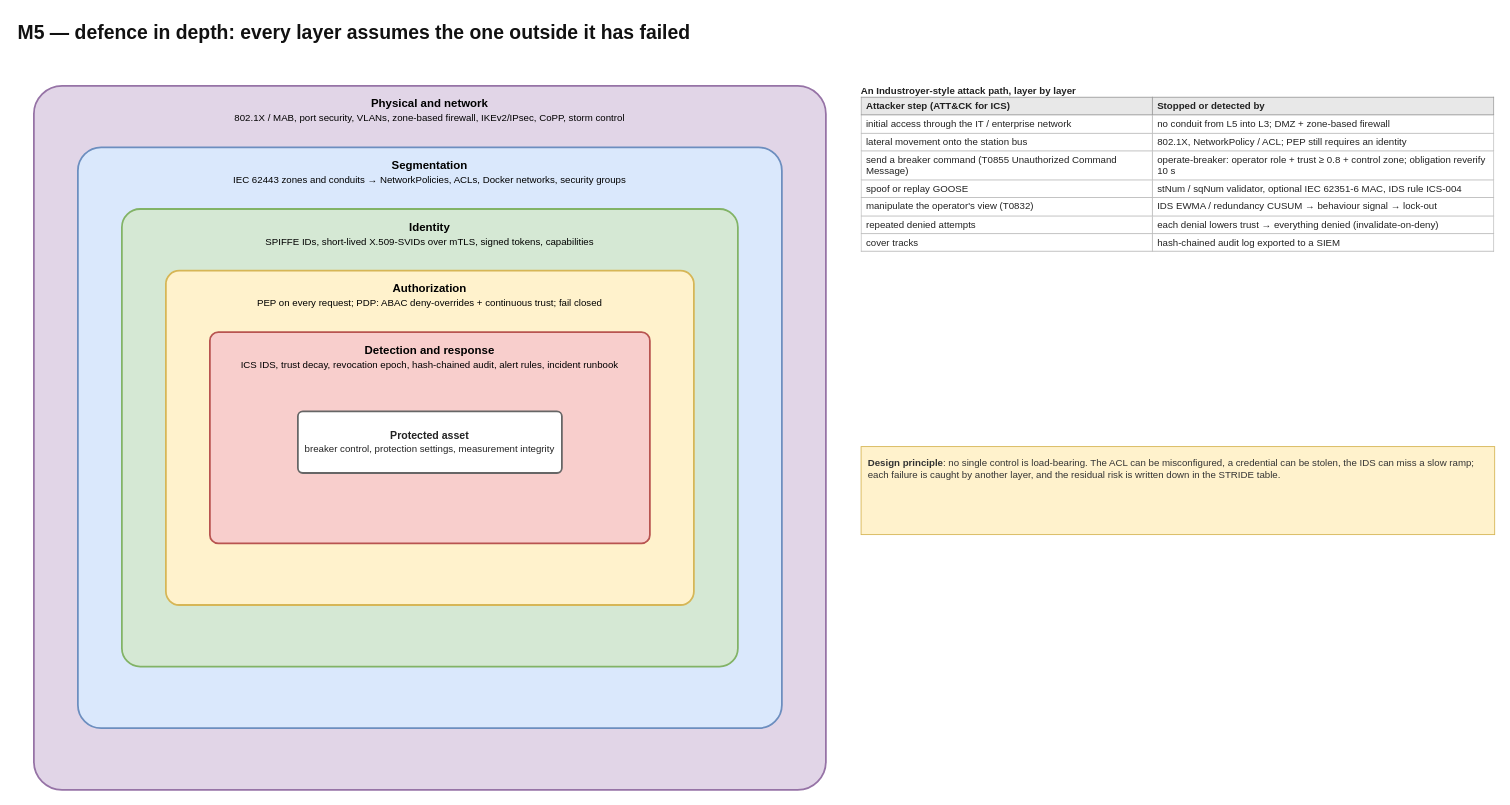
This is page "Defence in depth" (2 of 2) of Docs/diagrams/11-m5-threat-model.drawio from philipfleischer/zero-trust-continuum, a draw.io file, before an edit. Source tidied: cells renumbered, new cells numbered last; positions are measured from the earlier drawing's top-left corner, leaving out a move shared by most shapes. Both pictures are drawn from the tidied source at 88%, with x=0, y=0 at pixel (16, 15).
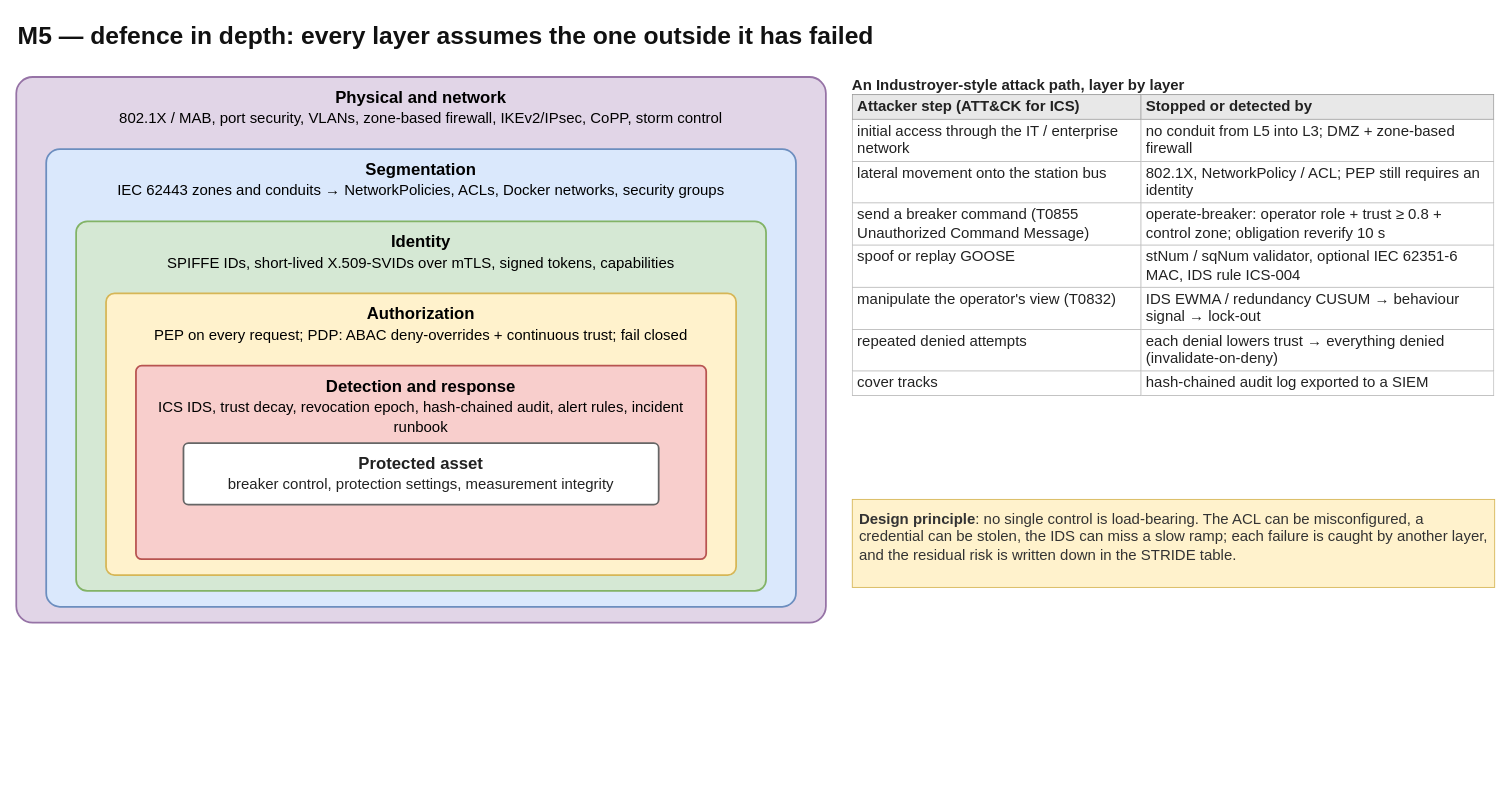
The same page after the edit.

The edit, as a diff of the source:
```diff
@@
 <mxGraphModel background="#FFFFFF">
   <root>
     <mxCell id="0" />
     <mxCell id="1" parent="0" />
-    <mxCell id="2" value="M5 — defence in depth: every layer assumes the one outside it has failed" style="whiteSpace=wrap;html=1;fontFamily=Helvetica;text;align=left;verticalAlign=top;fontSize=22;fontStyle=1;fontColor=#111111;" parent="1" vertex="1">
+    <mxCell id="2" value="M5 — defence in depth: every layer assumes the one outside it has failed" style="whiteSpace=wrap;html=1;fontFamily=Helvetica;text;align=left;verticalAlign=top;fontSize=28;fontStyle=1;fontColor=#111111;" parent="1" vertex="1">
       <mxGeometry width="1600" height="32" as="geometry" />
     </mxCell>
-    <mxCell id="3" value="&lt;b&gt;Physical and network&lt;/b&gt;&lt;br&gt;&lt;span style=&quot;font-size:11px&quot;&gt;802.1X / MAB, port security, VLANs, zone-based firewall, IKEv2/IPsec, CoPP, storm control&lt;/span&gt;" style="whiteSpace=wrap;html=1;fontFamily=Helvetica;rounded=1;arcSize=4;fillColor=#e1d5e7;strokeColor=#9673a6;strokeWidth=2;verticalAlign=top;fontSize=13;spacingTop=6;" parent="1" vertex="1">
-      <mxGeometry x="20" y="80" width="900" height="800" as="geometry" />
+    <mxCell id="3" value="&lt;b&gt;Physical and network&lt;/b&gt;&lt;br&gt;&lt;span style=&quot;font-size:17px&quot;&gt;802.1X / MAB, port security, VLANs, zone-based firewall, IKEv2/IPsec, CoPP, storm control&lt;/span&gt;" style="whiteSpace=wrap;html=1;fontFamily=Helvetica;rounded=1;arcSize=3;fillColor=#e1d5e7;strokeColor=#9673a6;strokeWidth=2;verticalAlign=top;fontSize=19;spacingTop=6;spacingLeft=10;spacingRight=10;" parent="1" vertex="1">
+      <mxGeometry y="70" width="920" height="620" as="geometry" />
     </mxCell>
-    <mxCell id="4" value="&lt;b&gt;Segmentation&lt;/b&gt;&lt;br&gt;&lt;span style=&quot;font-size:11px&quot;&gt;IEC 62443 zones and conduits → NetworkPolicies, ACLs, Docker networks, security groups&lt;/span&gt;" style="whiteSpace=wrap;html=1;fontFamily=Helvetica;rounded=1;arcSize=4;fillColor=#dae8fc;strokeColor=#6c8ebf;strokeWidth=2;verticalAlign=top;fontSize=13;spacingTop=6;" parent="1" vertex="1">
-      <mxGeometry x="70" y="150" width="800" height="660" as="geometry" />
+    <mxCell id="4" value="&lt;b&gt;Segmentation&lt;/b&gt;&lt;br&gt;&lt;span style=&quot;font-size:17px&quot;&gt;IEC 62443 zones and conduits → NetworkPolicies, ACLs, Docker networks, security groups&lt;/span&gt;" style="whiteSpace=wrap;html=1;fontFamily=Helvetica;rounded=1;arcSize=3;fillColor=#dae8fc;strokeColor=#6c8ebf;strokeWidth=2;verticalAlign=top;fontSize=19;spacingTop=6;spacingLeft=10;spacingRight=10;" parent="1" vertex="1">
+      <mxGeometry x="34" y="152" width="852" height="520" as="geometry" />
     </mxCell>
-    <mxCell id="5" value="&lt;b&gt;Identity&lt;/b&gt;&lt;br&gt;&lt;span style=&quot;font-size:11px&quot;&gt;SPIFFE IDs, short-lived X.509-SVIDs over mTLS, signed tokens, capabilities&lt;/span&gt;" style="whiteSpace=wrap;html=1;fontFamily=Helvetica;rounded=1;arcSize=4;fillColor=#d5e8d4;strokeColor=#82b366;strokeWidth=2;verticalAlign=top;fontSize=13;spacingTop=6;" parent="1" vertex="1">
-      <mxGeometry x="120" y="220" width="700" height="520" as="geometry" />
+    <mxCell id="5" value="&lt;b&gt;Identity&lt;/b&gt;&lt;br&gt;&lt;span style=&quot;font-size:17px&quot;&gt;SPIFFE IDs, short-lived X.509-SVIDs over mTLS, signed tokens, capabilities&lt;/span&gt;" style="whiteSpace=wrap;html=1;fontFamily=Helvetica;rounded=1;arcSize=3;fillColor=#d5e8d4;strokeColor=#82b366;strokeWidth=2;verticalAlign=top;fontSize=19;spacingTop=6;spacingLeft=10;spacingRight=10;" parent="1" vertex="1">
+      <mxGeometry x="68" y="234" width="784" height="420" as="geometry" />
     </mxCell>
-    <mxCell id="6" value="&lt;b&gt;Authorization&lt;/b&gt;&lt;br&gt;&lt;span style=&quot;font-size:11px&quot;&gt;PEP on every request; PDP: ABAC deny-overrides + continuous trust; fail closed&lt;/span&gt;" style="whiteSpace=wrap;html=1;fontFamily=Helvetica;rounded=1;arcSize=4;fillColor=#fff2cc;strokeColor=#d6b656;strokeWidth=2;verticalAlign=top;fontSize=13;spacingTop=6;" parent="1" vertex="1">
-      <mxGeometry x="170" y="290" width="600" height="380" as="geometry" />
+    <mxCell id="6" value="&lt;b&gt;Authorization&lt;/b&gt;&lt;br&gt;&lt;span style=&quot;font-size:17px&quot;&gt;PEP on every request; PDP: ABAC deny-overrides + continuous trust; fail closed&lt;/span&gt;" style="whiteSpace=wrap;html=1;fontFamily=Helvetica;rounded=1;arcSize=3;fillColor=#fff2cc;strokeColor=#d6b656;strokeWidth=2;verticalAlign=top;fontSize=19;spacingTop=6;spacingLeft=10;spacingRight=10;" parent="1" vertex="1">
+      <mxGeometry x="102" y="316" width="716" height="320" as="geometry" />
     </mxCell>
-    <mxCell id="7" value="&lt;b&gt;Detection and response&lt;/b&gt;&lt;br&gt;&lt;span style=&quot;font-size:11px&quot;&gt;ICS IDS, trust decay, revocation epoch, hash-chained audit, alert rules, incident runbook&lt;/span&gt;" style="whiteSpace=wrap;html=1;fontFamily=Helvetica;rounded=1;arcSize=4;fillColor=#f8cecc;strokeColor=#b85450;strokeWidth=2;verticalAlign=top;fontSize=13;spacingTop=6;" parent="1" vertex="1">
-      <mxGeometry x="220" y="360" width="500" height="240" as="geometry" />
+    <mxCell id="7" value="&lt;b&gt;Detection and response&lt;/b&gt;&lt;br&gt;&lt;span style=&quot;font-size:17px&quot;&gt;ICS IDS, trust decay, revocation epoch, hash-chained audit, alert rules, incident runbook&lt;/span&gt;" style="whiteSpace=wrap;html=1;fontFamily=Helvetica;rounded=1;arcSize=3;fillColor=#f8cecc;strokeColor=#b85450;strokeWidth=2;verticalAlign=top;fontSize=19;spacingTop=6;spacingLeft=10;spacingRight=10;" parent="1" vertex="1">
+      <mxGeometry x="136" y="398" width="648" height="220" as="geometry" />
     </mxCell>
-    <mxCell id="8" value="&lt;b&gt;Protected asset&lt;/b&gt;&lt;br&gt;&lt;span style=&quot;font-size:11px&quot;&gt;breaker control, protection settings, measurement integrity&lt;/span&gt;" style="whiteSpace=wrap;html=1;fontFamily=Helvetica;rounded=1;arcSize=8;fillColor=#ffffff;strokeColor=#666666;strokeWidth=1.5;fontSize=12;fontColor=#222222;verticalAlign=middle;spacing=4;strokeWidth=2;" parent="1" vertex="1">
-      <mxGeometry x="320" y="450" width="300" height="70" as="geometry" />
+    <mxCell id="8" value="&lt;b&gt;Protected asset&lt;/b&gt;&lt;br&gt;&lt;span style=&quot;font-size:17px&quot;&gt;breaker control, protection settings, measurement integrity&lt;/span&gt;" style="whiteSpace=wrap;html=1;fontFamily=Helvetica;rounded=1;arcSize=8;fillColor=#ffffff;strokeColor=#666666;strokeWidth=1.5;fontSize=18;fontColor=#222222;verticalAlign=middle;spacing=4;strokeWidth=2;fontSize=19;" parent="1" vertex="1">
+      <mxGeometry x="190" y="486" width="540" height="70" as="geometry" />
     </mxCell>
-    <mxCell id="9" value="&lt;b&gt;An Industroyer-style attack path, layer by layer&lt;/b&gt;&lt;table style=&quot;border-collapse:collapse;width:100%;font-size:11px&quot;&gt;&lt;tr&gt;&lt;th style=&quot;border:1px solid #999;background:#e8e8e8;padding:3px 5px;text-align:left;&quot;&gt;Attacker step (ATT&amp;amp;CK for ICS)&lt;/th&gt;&lt;th style=&quot;border:1px solid #999;background:#e8e8e8;padding:3px 5px;text-align:left;&quot;&gt;Stopped or detected by&lt;/th&gt;&lt;/tr&gt;&lt;tr&gt;&lt;td style=&quot;border:1px solid #bbb;padding:3px 5px;vertical-align:top;background:#ffffff;&quot;&gt;initial access through the IT / enterprise network&lt;/td&gt;&lt;td style=&quot;border:1px solid #bbb;padding:3px 5px;vertical-align:top;background:#ffffff;&quot;&gt;no conduit from L5 into L3; DMZ + zone-based firewall&lt;/td&gt;&lt;/tr&gt;&lt;tr&gt;&lt;td style=&quot;border:1px solid #bbb;padding:3px 5px;vertical-align:top;background:#ffffff;&quot;&gt;lateral movement onto the station bus&lt;/td&gt;&lt;td style=&quot;border:1px solid #bbb;padding:3px 5px;vertical-align:top;background:#ffffff;&quot;&gt;802.1X, NetworkPolicy / ACL; PEP still requires an identity&lt;/td&gt;&lt;/tr&gt;&lt;tr&gt;&lt;td style=&quot;border:1px solid #bbb;padding:3px 5px;vertical-align:top;background:#ffffff;&quot;&gt;send a breaker command (T0855 Unauthorized Command Message)&lt;/td&gt;&lt;td style=&quot;border:1px solid #bbb;padding:3px 5px;vertical-align:top;background:#ffffff;&quot;&gt;operate-breaker: operator role + trust ≥ 0.8 + control zone; obligation reverify 10 s&lt;/td&gt;&lt;/tr&gt;&lt;tr&gt;&lt;td style=&quot;border:1px solid #bbb;padding:3px 5px;vertical-align:top;background:#ffffff;&quot;&gt;spoof or replay GOOSE&lt;/td&gt;&lt;td style=&quot;border:1px solid #bbb;padding:3px 5px;vertical-align:top;background:#ffffff;&quot;&gt;stNum / sqNum validator, optional IEC 62351-6 MAC, IDS rule ICS-004&lt;/td&gt;&lt;/tr&gt;&lt;tr&gt;&lt;td style=&quot;border:1px solid #bbb;padding:3px 5px;vertical-align:top;background:#ffffff;&quot;&gt;manipulate the operator's view (T0832)&lt;/td&gt;&lt;td style=&quot;border:1px solid #bbb;padding:3px 5px;vertical-align:top;background:#ffffff;&quot;&gt;IDS EWMA / redundancy CUSUM → behaviour signal → lock-out&lt;/td&gt;&lt;/tr&gt;&lt;tr&gt;&lt;td style=&quot;border:1px solid #bbb;padding:3px 5px;vertical-align:top;background:#ffffff;&quot;&gt;repeated denied attempts&lt;/td&gt;&lt;td style=&quot;border:1px solid #bbb;padding:3px 5px;vertical-align:top;background:#ffffff;&quot;&gt;each denial lowers trust → everything denied (invalidate-on-deny)&lt;/td&gt;&lt;/tr&gt;&lt;tr&gt;&lt;td style=&quot;border:1px solid #bbb;padding:3px 5px;vertical-align:top;background:#ffffff;&quot;&gt;cover tracks&lt;/td&gt;&lt;td style=&quot;border:1px solid #bbb;padding:3px 5px;vertical-align:top;background:#ffffff;&quot;&gt;hash-chained audit log exported to a SIEM&lt;/td&gt;&lt;/tr&gt;&lt;/table&gt;" style="whiteSpace=wrap;html=1;fontFamily=Helvetica;text;align=left;verticalAlign=top;fontSize=11;overflow=fill;fontColor=#222222;" parent="1" vertex="1">
-      <mxGeometry x="960" y="80" width="720" height="380" as="geometry" />
+    <mxCell id="9" value="&lt;b&gt;An Industroyer-style attack path, layer by layer&lt;/b&gt;&lt;table style=&quot;border-collapse:collapse;width:100%;font-size:17px&quot;&gt;&lt;tr&gt;&lt;th style=&quot;border:1px solid #999;background:#e8e8e8;padding:3px 5px;text-align:left;width:45%;&quot;&gt;Attacker step (ATT&amp;amp;CK for ICS)&lt;/th&gt;&lt;th style=&quot;border:1px solid #999;background:#e8e8e8;padding:3px 5px;text-align:left;width:55%;&quot;&gt;Stopped or detected by&lt;/th&gt;&lt;/tr&gt;&lt;tr&gt;&lt;td style=&quot;border:1px solid #bbb;padding:3px 5px;vertical-align:top;background:#ffffff;&quot;&gt;initial access through the IT / enterprise network&lt;/td&gt;&lt;td style=&quot;border:1px solid #bbb;padding:3px 5px;vertical-align:top;background:#ffffff;&quot;&gt;no conduit from L5 into L3; DMZ + zone-based firewall&lt;/td&gt;&lt;/tr&gt;&lt;tr&gt;&lt;td style=&quot;border:1px solid #bbb;padding:3px 5px;vertical-align:top;background:#ffffff;&quot;&gt;lateral movement onto the station bus&lt;/td&gt;&lt;td style=&quot;border:1px solid #bbb;padding:3px 5px;vertical-align:top;background:#ffffff;&quot;&gt;802.1X, NetworkPolicy / ACL; PEP still requires an identity&lt;/td&gt;&lt;/tr&gt;&lt;tr&gt;&lt;td style=&quot;border:1px solid #bbb;padding:3px 5px;vertical-align:top;background:#ffffff;&quot;&gt;send a breaker command (T0855 Unauthorized Command Message)&lt;/td&gt;&lt;td style=&quot;border:1px solid #bbb;padding:3px 5px;vertical-align:top;background:#ffffff;&quot;&gt;operate-breaker: operator role + trust ≥ 0.8 + control zone; obligation reverify 10 s&lt;/td&gt;&lt;/tr&gt;&lt;tr&gt;&lt;td style=&quot;border:1px solid #bbb;padding:3px 5px;vertical-align:top;background:#ffffff;&quot;&gt;spoof or replay GOOSE&lt;/td&gt;&lt;td style=&quot;border:1px solid #bbb;padding:3px 5px;vertical-align:top;background:#ffffff;&quot;&gt;stNum / sqNum validator, optional IEC 62351-6 MAC, IDS rule ICS-004&lt;/td&gt;&lt;/tr&gt;&lt;tr&gt;&lt;td style=&quot;border:1px solid #bbb;padding:3px 5px;vertical-align:top;background:#ffffff;&quot;&gt;manipulate the operator's view (T0832)&lt;/td&gt;&lt;td style=&quot;border:1px solid #bbb;padding:3px 5px;vertical-align:top;background:#ffffff;&quot;&gt;IDS EWMA / redundancy CUSUM → behaviour signal → lock-out&lt;/td&gt;&lt;/tr&gt;&lt;tr&gt;&lt;td style=&quot;border:1px solid #bbb;padding:3px 5px;vertical-align:top;background:#ffffff;&quot;&gt;repeated denied attempts&lt;/td&gt;&lt;td style=&quot;border:1px solid #bbb;padding:3px 5px;vertical-align:top;background:#ffffff;&quot;&gt;each denial lowers trust → everything denied (invalidate-on-deny)&lt;/td&gt;&lt;/tr&gt;&lt;tr&gt;&lt;td style=&quot;border:1px solid #bbb;padding:3px 5px;vertical-align:top;background:#ffffff;&quot;&gt;cover tracks&lt;/td&gt;&lt;td style=&quot;border:1px solid #bbb;padding:3px 5px;vertical-align:top;background:#ffffff;&quot;&gt;hash-chained audit log exported to a SIEM&lt;/td&gt;&lt;/tr&gt;&lt;/table&gt;" style="whiteSpace=wrap;html=1;fontFamily=Helvetica;text;align=left;verticalAlign=top;fontSize=17;overflow=fill;fontColor=#222222;" parent="1" vertex="1">
+      <mxGeometry x="950" y="70" width="730" height="450" as="geometry" />
     </mxCell>
-    <mxCell id="10" value="&lt;b&gt;Design principle&lt;/b&gt;: no single control is load-bearing. The ACL can be misconfigured, a credential can be stolen, the IDS can miss a slow ramp; each failure is caught by another layer, and the residual risk is written down in the STRIDE table." style="whiteSpace=wrap;html=1;fontFamily=Helvetica;rounded=0;fillColor=#fff2cc;strokeColor=#d6b656;align=left;verticalAlign=top;spacing=8;fontSize=11;fontColor=#333333;" parent="1" vertex="1">
-      <mxGeometry x="960" y="490" width="720" height="100" as="geometry" />
+    <mxCell id="10" value="&lt;b&gt;Design principle&lt;/b&gt;: no single control is load-bearing. The ACL can be misconfigured, a credential can be stolen, the IDS can miss a slow ramp; each failure is caught by another layer, and the residual risk is written down in the STRIDE table." style="whiteSpace=wrap;html=1;fontFamily=Helvetica;rounded=0;fillColor=#fff2cc;strokeColor=#d6b656;align=left;verticalAlign=top;spacing=8;fontSize=17;fontColor=#333333;" parent="1" vertex="1">
+      <mxGeometry x="950" y="550" width="730" height="100" as="geometry" />
     </mxCell>
   </root>
 </mxGraphModel>
```
